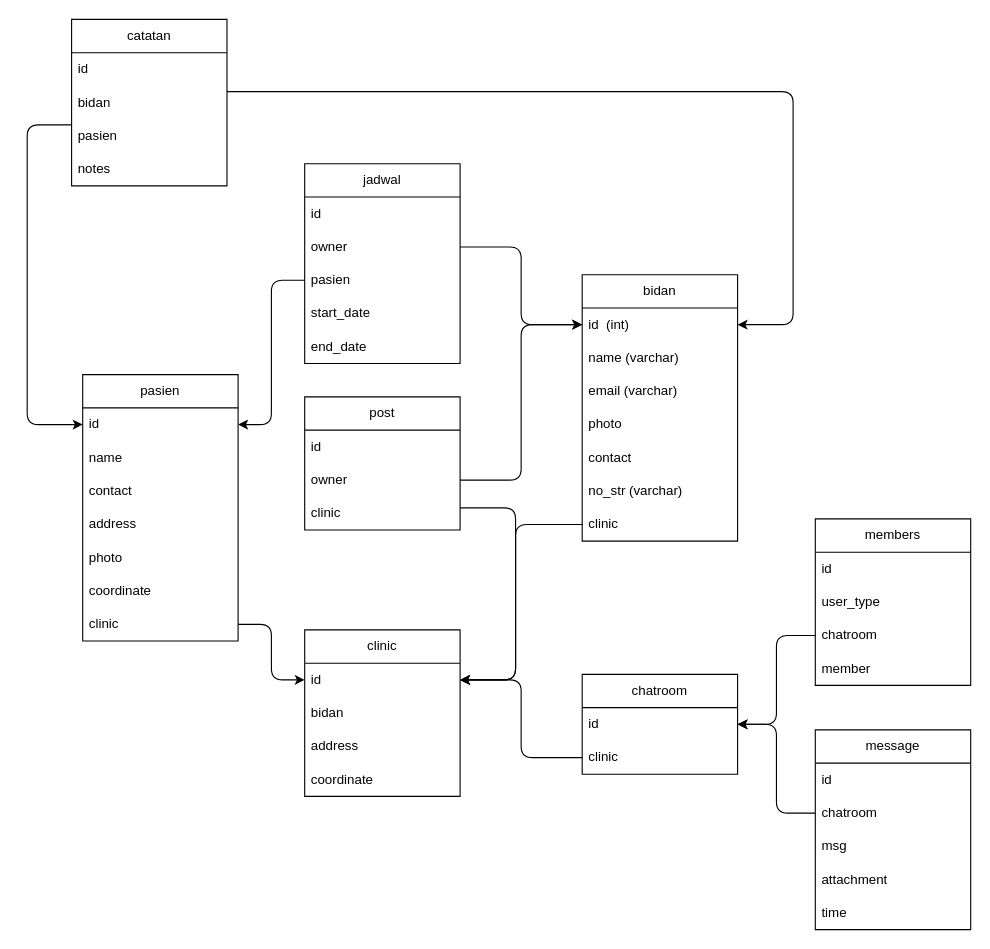
Above: docs/erd.drawio in fathnakbar/checkbund (draw.io), before the change. Source tidied: cells renumbered, new cells numbered last; positions are measured from the earlier drawing's top-left corner, leaving out a move shared by most shapes. Both pictures are drawn from the tidied source at 111%, with x=0, y=0 at pixel (27, 19).
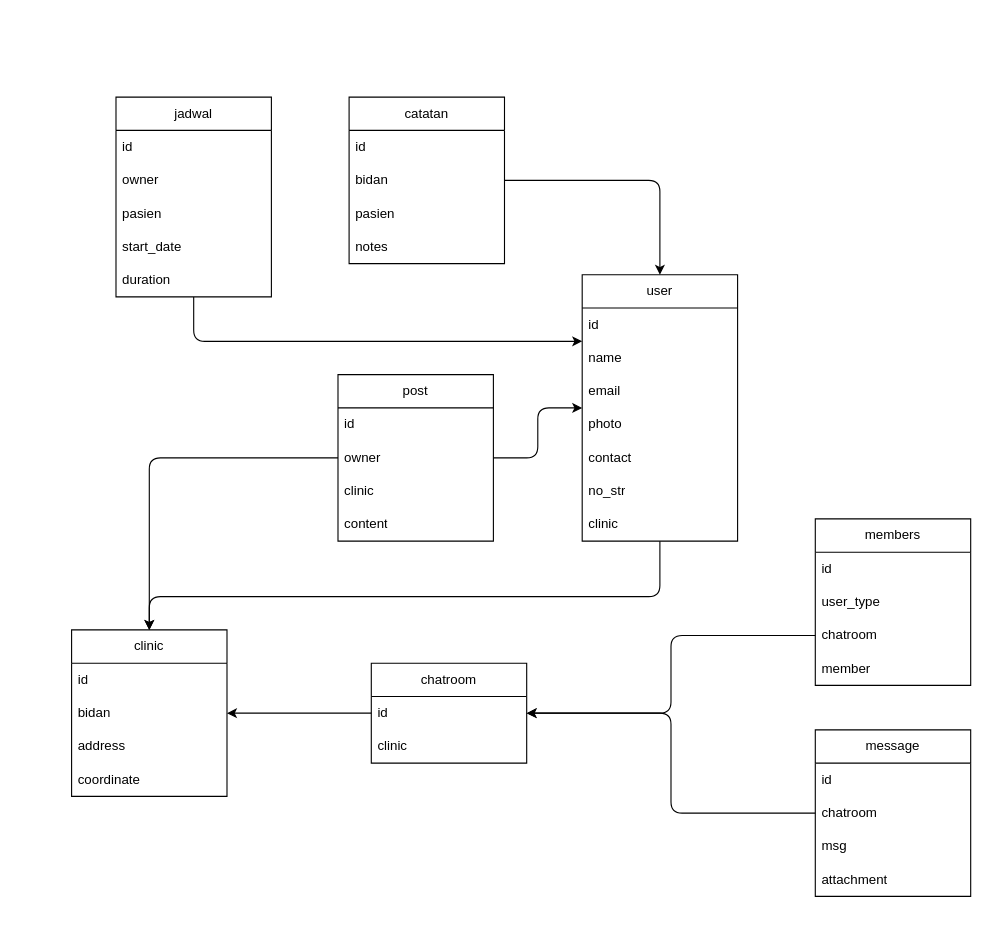
The same page after the edit.

Commit message (it also covers changes not shown here):
Update data attribute to adjust backend-api

The change refers to these unchanged cells:
```xml
<mxCell id="12" value="bidan" style="text;strokeColor=none;fillColor=none;align=left;verticalAlign=middle;spacingLeft=4;spacingRight=4;overflow=hidden;points=[[0,0.5],[1,0.5]];portConstraint=eastwest;whiteSpace=wrap;html=1;" parent="10" vertex="1">
  <mxGeometry y="60" width="140" height="30" as="geometry" />
</mxCell>
<mxCell id="13" value="pasien" style="text;strokeColor=none;fillColor=none;align=left;verticalAlign=middle;spacingLeft=4;spacingRight=4;overflow=hidden;points=[[0,0.5],[1,0.5]];portConstraint=eastwest;whiteSpace=wrap;html=1;" parent="10" vertex="1">
  <mxGeometry y="90" width="140" height="30" as="geometry" />
</mxCell>
<mxCell id="17" value="owner" style="text;strokeColor=none;fillColor=none;align=left;verticalAlign=middle;spacingLeft=4;spacingRight=4;overflow=hidden;points=[[0,0.5],[1,0.5]];portConstraint=eastwest;whiteSpace=wrap;html=1;" parent="15" vertex="1">
  <mxGeometry y="60" width="140" height="30" as="geometry" />
</mxCell>
<mxCell id="18" value="pasien" style="text;strokeColor=none;fillColor=none;align=left;verticalAlign=middle;spacingLeft=4;spacingRight=4;overflow=hidden;points=[[0,0.5],[1,0.5]];portConstraint=eastwest;whiteSpace=wrap;html=1;" parent="15" vertex="1">
  <mxGeometry y="90" width="140" height="30" as="geometry" />
</mxCell>
<mxCell id="23" value="owner" style="text;strokeColor=none;fillColor=none;align=left;verticalAlign=middle;spacingLeft=4;spacingRight=4;overflow=hidden;points=[[0,0.5],[1,0.5]];portConstraint=eastwest;whiteSpace=wrap;html=1;" parent="21" vertex="1">
  <mxGeometry y="60" width="140" height="30" as="geometry" />
</mxCell>
<mxCell id="38" value="id" style="text;strokeColor=none;fillColor=none;align=left;verticalAlign=middle;spacingLeft=4;spacingRight=4;overflow=hidden;points=[[0,0.5],[1,0.5]];portConstraint=eastwest;whiteSpace=wrap;html=1;" parent="37" vertex="1">
  <mxGeometry y="30" width="140" height="30" as="geometry" />
</mxCell>
<mxCell id="44" value="clinic" style="text;strokeColor=none;fillColor=none;align=left;verticalAlign=middle;spacingLeft=4;spacingRight=4;overflow=hidden;points=[[0,0.5],[1,0.5]];portConstraint=eastwest;whiteSpace=wrap;html=1;" parent="42" vertex="1">
  <mxGeometry y="60" width="140" height="30" as="geometry" />
</mxCell>
```

Diff of the diagram source:
```diff
@@
-    <mxCell id="2" value="bidan" style="swimlane;fontStyle=0;horizontal=1;startSize=30;whiteSpace=wrap;html=1;" parent="1" vertex="1">
+    <mxCell id="2" value="user" style="swimlane;fontStyle=0;horizontal=1;startSize=30;whiteSpace=wrap;html=1;" parent="1" vertex="1">
       <mxGeometry x="500" y="230" width="140" height="240" as="geometry" />
     </mxCell>
-    <mxCell id="3" value="id&amp;nbsp; (int)" style="text;strokeColor=none;fillColor=none;align=left;verticalAlign=middle;spacingLeft=4;spacingRight=4;overflow=hidden;points=[[0,0.5],[1,0.5]];portConstraint=eastwest;whiteSpace=wrap;html=1;" parent="2" vertex="1">
+    <mxCell id="3" value="id&amp;nbsp;" style="text;strokeColor=none;fillColor=none;align=left;verticalAlign=middle;spacingLeft=4;spacingRight=4;overflow=hidden;points=[[0,0.5],[1,0.5]];portConstraint=eastwest;whiteSpace=wrap;html=1;" parent="2" vertex="1">
       <mxGeometry y="30" width="140" height="30" as="geometry" />
     </mxCell>
-    <mxCell id="4" value="name (varchar)" style="text;strokeColor=none;fillColor=none;align=left;verticalAlign=middle;spacingLeft=4;spacingRight=4;overflow=hidden;whiteSpace=wrap;html=1;" parent="2" vertex="1">
+    <mxCell id="4" value="name" style="text;strokeColor=none;fillColor=none;align=left;verticalAlign=middle;spacingLeft=4;spacingRight=4;overflow=hidden;whiteSpace=wrap;html=1;" parent="2" vertex="1">
       <mxGeometry y="60" width="140" height="30" as="geometry" />
     </mxCell>
-    <mxCell id="5" value="email (varchar)" style="text;strokeColor=none;fillColor=none;align=left;verticalAlign=middle;spacingLeft=4;spacingRight=4;overflow=hidden;whiteSpace=wrap;html=1;" parent="2" vertex="1">
+    <mxCell id="5" value="email" style="text;strokeColor=none;fillColor=none;align=left;verticalAlign=middle;spacingLeft=4;spacingRight=4;overflow=hidden;whiteSpace=wrap;html=1;" parent="2" vertex="1">
       <mxGeometry y="90" width="140" height="30" as="geometry" />
     </mxCell>
@@
-    <mxCell id="8" value="no_str (varchar)" style="text;strokeColor=none;fillColor=none;align=left;verticalAlign=middle;spacingLeft=4;spacingRight=4;overflow=hidden;whiteSpace=wrap;html=1;" parent="2" vertex="1">
+    <mxCell id="8" value="no_str" style="text;strokeColor=none;fillColor=none;align=left;verticalAlign=middle;spacingLeft=4;spacingRight=4;overflow=hidden;whiteSpace=wrap;html=1;" parent="2" vertex="1">
       <mxGeometry y="180" width="140" height="30" as="geometry" />
     </mxCell>
-    <mxCell id="9" value="clinic" style="text;strokeColor=none;fillColor=none;align=left;verticalAlign=middle;spacingLeft=4;spacingRight=4;overflow=hidden;points=[[0,0.5],[1,0.5]];portConstraint=eastwest;whiteSpace=wrap;html=1;" parent="2" vertex="1">
-      <mxGeometry y="210" width="140" height="30" as="geometry" />
-    </mxCell>
+    <mxCell id="63" value="clinic" style="text;strokeColor=none;fillColor=none;align=left;verticalAlign=middle;spacingLeft=4;spacingRight=4;overflow=hidden;points=[[0,0.5],[1,0.5]];portConstraint=eastwest;whiteSpace=wrap;html=1;" parent="2" vertex="1">
+      <mxGeometry y="210" width="140" height="30" as="geometry" />
+    </mxCell>
+    <mxCell id="64" style="edgeStyle=orthogonalEdgeStyle;html=1;" parent="1" edge="1" source="10" target="2">
+      <mxGeometry relative="1" as="geometry" />
+    </mxCell>
     <mxCell id="10" value="catatan" style="swimlane;fontStyle=0;horizontal=1;startSize=30;whiteSpace=wrap;html=1;" parent="1" vertex="1">
-      <mxGeometry x="40" width="140" height="150" as="geometry" />
+      <mxGeometry x="290" y="70" width="140" height="150" as="geometry" />
     </mxCell>
@@
+    <mxCell id="65" style="edgeStyle=orthogonalEdgeStyle;html=1;" parent="1" edge="1" source="15" target="2">
+      <mxGeometry relative="1" as="geometry">
+        <Array as="points">
+          <mxPoint x="420" y="290" />
+          <mxPoint x="420" y="290" />
+        </Array>
+      </mxGeometry>
+    </mxCell>
     <mxCell id="15" value="jadwal" style="swimlane;fontStyle=0;horizontal=1;startSize=30;whiteSpace=wrap;html=1;" parent="1" vertex="1">
-      <mxGeometry x="250" y="130" width="140" height="180" as="geometry" />
+      <mxGeometry x="80" y="70" width="140" height="180" as="geometry" />
     </mxCell>
@@
-    <mxCell id="20" value="end_date" style="text;strokeColor=none;fillColor=none;align=left;verticalAlign=middle;spacingLeft=4;spacingRight=4;overflow=hidden;whiteSpace=wrap;html=1;" parent="15" vertex="1">
+    <mxCell id="20" value="duration" style="text;strokeColor=none;fillColor=none;align=left;verticalAlign=middle;spacingLeft=4;spacingRight=4;overflow=hidden;whiteSpace=wrap;html=1;" parent="15" vertex="1">
       <mxGeometry y="150" width="140" height="30" as="geometry" />
     </mxCell>
+    <mxCell id="66" style="edgeStyle=orthogonalEdgeStyle;html=1;" parent="1" edge="1" source="21" target="37">
+      <mxGeometry relative="1" as="geometry" />
+    </mxCell>
+    <mxCell id="67" style="edgeStyle=orthogonalEdgeStyle;html=1;" parent="1" edge="1" source="21" target="2">
+      <mxGeometry relative="1" as="geometry" />
+    </mxCell>
     <mxCell id="21" value="post" style="swimlane;fontStyle=0;horizontal=1;startSize=30;whiteSpace=wrap;html=1;" parent="1" vertex="1">
-      <mxGeometry x="250" y="340" width="140" height="120" as="geometry" />
+      <mxGeometry x="280" y="320" width="140" height="150" as="geometry" />
     </mxCell>
@@
-    <mxCell id="25" style="edgeStyle=orthogonalEdgeStyle;html=1;" parent="1" edge="1" source="17" target="3">
-      <mxGeometry relative="1" as="geometry" />
-    </mxCell>
+    <mxCell id="68" value="content" style="text;strokeColor=none;fillColor=none;align=left;verticalAlign=middle;spacingLeft=4;spacingRight=4;overflow=hidden;whiteSpace=wrap;html=1;" parent="21" vertex="1">
+      <mxGeometry y="120" width="140" height="30" as="geometry" />
+    </mxCell>
     <mxCell id="26" value="message" style="swimlane;fontStyle=0;horizontal=1;startSize=30;whiteSpace=wrap;html=1;" parent="1" vertex="1">
-      <mxGeometry x="710" y="640" width="140" height="180" as="geometry" />
+      <mxGeometry x="710" y="640" width="140" height="150" as="geometry" />
     </mxCell>
@@
-    <mxCell id="31" value="time" style="text;strokeColor=none;fillColor=none;align=left;verticalAlign=middle;spacingLeft=4;spacingRight=4;overflow=hidden;whiteSpace=wrap;html=1;" parent="26" vertex="1">
-      <mxGeometry y="150" width="140" height="30" as="geometry" />
-    </mxCell>
@@
     <mxCell id="37" value="clinic" style="swimlane;fontStyle=0;horizontal=1;startSize=30;whiteSpace=wrap;html=1;" parent="1" vertex="1">
-      <mxGeometry x="250" y="550" width="140" height="150" as="geometry" />
+      <mxGeometry x="40" y="550" width="140" height="150" as="geometry" />
     </mxCell>
@@
+    <mxCell id="69" style="edgeStyle=orthogonalEdgeStyle;html=1;" parent="1" edge="1" source="42" target="37">
+      <mxGeometry relative="1" as="geometry" />
+    </mxCell>
     <mxCell id="42" value="chatroom" style="swimlane;fontStyle=0;horizontal=1;startSize=30;whiteSpace=wrap;html=1;" parent="1" vertex="1">
-      <mxGeometry x="500" y="590" width="140" height="90" as="geometry" />
+      <mxGeometry x="310" y="580" width="140" height="90" as="geometry" />
     </mxCell>
@@
-    <mxCell id="45" style="edgeStyle=orthogonalEdgeStyle;html=1;entryX=1;entryY=0.5;entryDx=0;entryDy=0;" parent="1" edge="1" source="44" target="38">
-      <mxGeometry relative="1" as="geometry" />
-    </mxCell>
@@
-    <mxCell id="48" value="pasien" style="swimlane;fontStyle=0;horizontal=1;startSize=30;whiteSpace=wrap;html=1;" parent="1" vertex="1">
-      <mxGeometry x="50" y="320" width="140" height="240" as="geometry" />
-    </mxCell>
-    <mxCell id="49" value="id" style="text;strokeColor=none;fillColor=none;align=left;verticalAlign=middle;spacingLeft=4;spacingRight=4;overflow=hidden;points=[[0,0.5],[1,0.5]];portConstraint=eastwest;whiteSpace=wrap;html=1;" parent="48" vertex="1">
-      <mxGeometry y="30" width="140" height="30" as="geometry" />
-    </mxCell>
-    <mxCell id="50" value="name" style="text;strokeColor=none;fillColor=none;align=left;verticalAlign=middle;spacingLeft=4;spacingRight=4;overflow=hidden;whiteSpace=wrap;html=1;" parent="48" vertex="1">
-      <mxGeometry y="60" width="140" height="30" as="geometry" />
-    </mxCell>
-    <mxCell id="51" value="contact" style="text;strokeColor=none;fillColor=none;align=left;verticalAlign=middle;spacingLeft=4;spacingRight=4;overflow=hidden;whiteSpace=wrap;html=1;" parent="48" vertex="1">
-      <mxGeometry y="90" width="140" height="30" as="geometry" />
-    </mxCell>
-    <mxCell id="52" value="address" style="text;strokeColor=none;fillColor=none;align=left;verticalAlign=middle;spacingLeft=4;spacingRight=4;overflow=hidden;whiteSpace=wrap;html=1;" parent="48" vertex="1">
-      <mxGeometry y="120" width="140" height="30" as="geometry" />
-    </mxCell>
-    <mxCell id="53" value="photo" style="text;strokeColor=none;fillColor=none;align=left;verticalAlign=middle;spacingLeft=4;spacingRight=4;overflow=hidden;whiteSpace=wrap;html=1;" parent="48" vertex="1">
-      <mxGeometry y="150" width="140" height="30" as="geometry" />
-    </mxCell>
-    <mxCell id="54" value="coordinate" style="text;strokeColor=none;fillColor=none;align=left;verticalAlign=middle;spacingLeft=4;spacingRight=4;overflow=hidden;whiteSpace=wrap;html=1;" parent="48" vertex="1">
-      <mxGeometry y="180" width="140" height="30" as="geometry" />
-    </mxCell>
-    <mxCell id="55" value="clinic" style="text;strokeColor=none;fillColor=none;align=left;verticalAlign=middle;spacingLeft=4;spacingRight=4;overflow=hidden;points=[[0,0.5],[1,0.5]];portConstraint=eastwest;whiteSpace=wrap;html=1;" parent="48" vertex="1">
-      <mxGeometry y="210" width="140" height="30" as="geometry" />
-    </mxCell>
-    <mxCell id="56" style="edgeStyle=orthogonalEdgeStyle;html=1;" parent="1" edge="1" source="55" target="38">
-      <mxGeometry relative="1" as="geometry" />
-    </mxCell>
-    <mxCell id="57" style="edgeStyle=orthogonalEdgeStyle;html=1;" parent="1" edge="1" source="9" target="38">
-      <mxGeometry relative="1" as="geometry">
-        <Array as="points">
-          <mxPoint x="440" y="455" />
-          <mxPoint x="440" y="595" />
-        </Array>
-      </mxGeometry>
-    </mxCell>
-    <mxCell id="58" style="edgeStyle=orthogonalEdgeStyle;html=1;" parent="1" edge="1" source="18" target="49">
-      <mxGeometry relative="1" as="geometry" />
-    </mxCell>
-    <mxCell id="59" style="edgeStyle=orthogonalEdgeStyle;html=1;" parent="1" edge="1" source="13" target="49">
-      <mxGeometry relative="1" as="geometry">
-        <Array as="points">
-          <mxPoint y="95" />
-          <mxPoint y="365" />
-        </Array>
-      </mxGeometry>
-    </mxCell>
-    <mxCell id="60" style="edgeStyle=orthogonalEdgeStyle;html=1;" parent="1" edge="1" source="12" target="3">
-      <mxGeometry relative="1" as="geometry">
-        <Array as="points">
-          <mxPoint x="690" y="65" />
-          <mxPoint x="690" y="275" />
-        </Array>
-      </mxGeometry>
-    </mxCell>
-    <mxCell id="61" style="edgeStyle=orthogonalEdgeStyle;html=1;" parent="1" edge="1" target="38">
-      <mxGeometry relative="1" as="geometry">
-        <mxPoint x="390" y="440" as="sourcePoint" />
-        <Array as="points">
-          <mxPoint x="440" y="440" />
-          <mxPoint x="440" y="595" />
-        </Array>
-      </mxGeometry>
-    </mxCell>
-    <mxCell id="62" style="edgeStyle=orthogonalEdgeStyle;html=1;" parent="1" edge="1" source="23" target="3">
-      <mxGeometry relative="1" as="geometry" />
-    </mxCell>
+    <mxCell id="70" style="edgeStyle=orthogonalEdgeStyle;html=1;" parent="1" edge="1" source="63" target="37">
+      <mxGeometry relative="1" as="geometry">
+        <Array as="points">
+          <mxPoint x="570" y="520" />
+          <mxPoint x="110" y="520" />
+        </Array>
+      </mxGeometry>
+    </mxCell>
```
